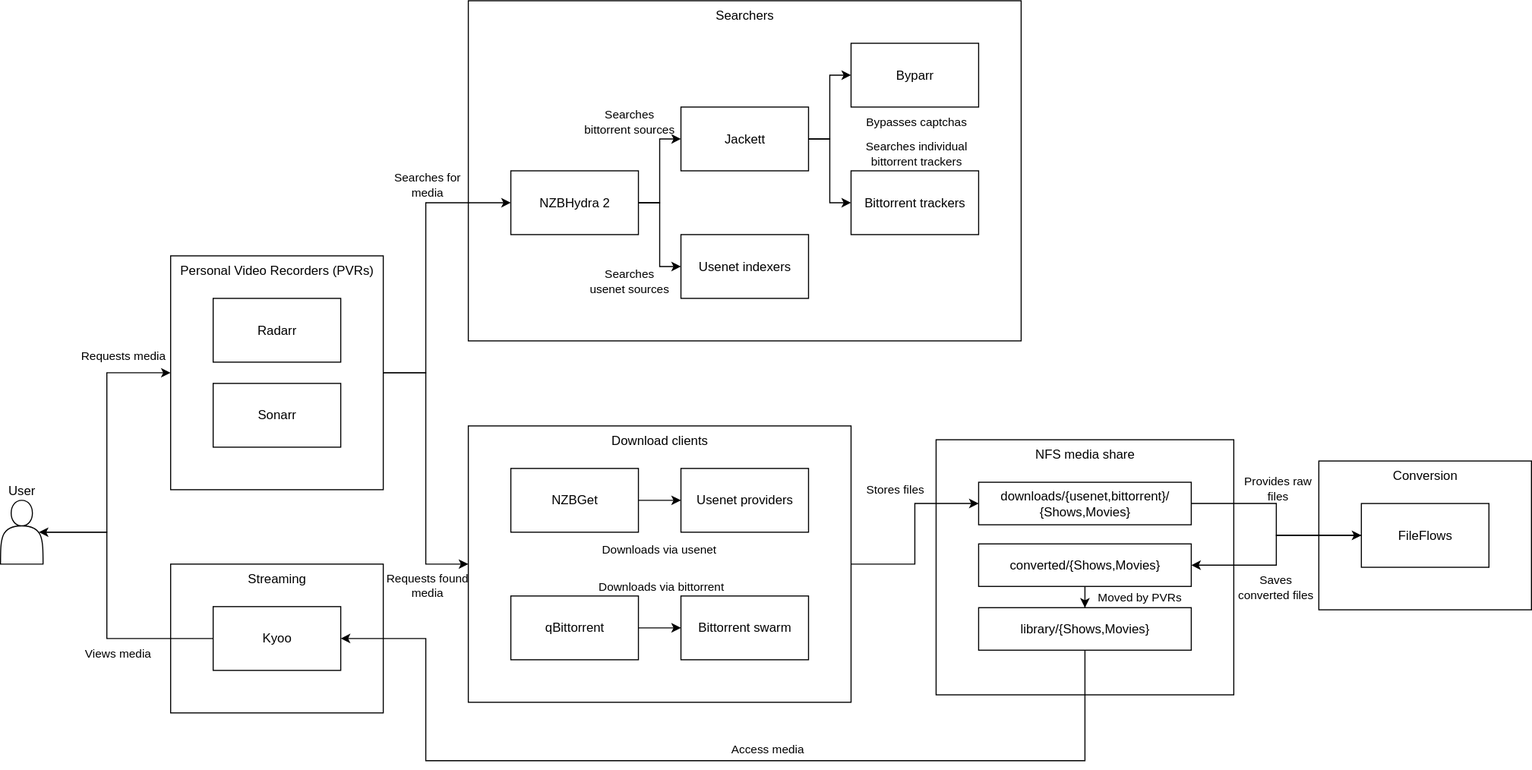
Above: cluster/gitops/media/docs/Media flow.svg in solidDoWant/infra-mk3 (draw.io), before the change. Source tidied: cells renumbered, new cells last; positions are measured from the earlier drawing's top-left corner, leaving out a move shared by most shapes. The source it was exported from:
```xml
<mxGraphModel>
  <root>
    <mxCell id="0" />
    <mxCell id="1" parent="0" />
    <mxCell id="2" style="edgeStyle=orthogonalEdgeStyle;rounded=0;jettySize=auto;html=1;entryX=0;entryY=0.5;entryDx=0;entryDy=0;labelBackgroundColor=none;" parent="1" edge="1" source="4" target="50">
      <mxGeometry relative="1" as="geometry" />
    </mxCell>
    <mxCell id="3" value="Requests media" style="edgeLabel;html=1;align=center;verticalAlign=middle;labelBackgroundColor=none;" parent="2" vertex="1">
      <mxGeometry x="0.66" y="2" relative="1" as="geometry">
        <mxPoint y="-15" as="offset" />
      </mxGeometry>
    </mxCell>
    <mxCell id="4" value="User" style="shape=actor;whiteSpace=wrap;html=1;verticalAlign=bottom;labelPosition=center;verticalLabelPosition=top;align=center;labelBackgroundColor=none;fillColor=none;" parent="1" vertex="1">
      <mxGeometry y="470" width="40" height="60" as="geometry" />
    </mxCell>
    <mxCell id="5" style="group;labelBackgroundColor=none;" parent="1" vertex="1">
      <mxGeometry x="440" width="520" height="320" as="geometry" />
    </mxCell>
    <mxCell id="6" value="Searchers" style="rounded=0;whiteSpace=wrap;html=1;verticalAlign=top;fillColor=none;labelBackgroundColor=none;" parent="5" vertex="1">
      <mxGeometry width="520" height="320" as="geometry" />
    </mxCell>
    <mxCell id="7" style="edgeStyle=orthogonalEdgeStyle;rounded=0;jettySize=auto;html=1;entryX=0;entryY=0.5;entryDx=0;entryDy=0;labelBackgroundColor=none;" parent="5" edge="1" source="11" target="16">
      <mxGeometry relative="1" as="geometry" />
    </mxCell>
    <mxCell id="8" value="Searches &lt;br&gt;bittorrent sources" style="edgeLabel;html=1;align=center;verticalAlign=middle;labelBackgroundColor=none;" parent="7" vertex="1">
      <mxGeometry x="0.03" y="-1" relative="1" as="geometry">
        <mxPoint x="-31" y="-45" as="offset" />
      </mxGeometry>
    </mxCell>
    <mxCell id="9" style="edgeStyle=orthogonalEdgeStyle;rounded=0;jettySize=auto;html=1;entryX=0;entryY=0.5;entryDx=0;entryDy=0;labelBackgroundColor=none;" parent="5" edge="1" source="11" target="17">
      <mxGeometry relative="1" as="geometry" />
    </mxCell>
    <mxCell id="10" value="Searches&lt;br&gt;usenet sources" style="edgeLabel;html=1;align=center;verticalAlign=middle;labelBackgroundColor=none;" parent="9" vertex="1">
      <mxGeometry x="0.34" y="2" relative="1" as="geometry">
        <mxPoint x="-32" y="26" as="offset" />
      </mxGeometry>
    </mxCell>
    <mxCell id="11" value="NZBHydra 2" style="rounded=0;whiteSpace=wrap;html=1;labelBackgroundColor=none;fillColor=none;" parent="5" vertex="1">
      <mxGeometry x="40" y="160" width="120" height="60" as="geometry" />
    </mxCell>
    <mxCell id="12" style="edgeStyle=orthogonalEdgeStyle;rounded=0;jettySize=auto;html=1;entryX=0;entryY=0.5;entryDx=0;entryDy=0;labelBackgroundColor=none;" parent="5" edge="1" source="16" target="19">
      <mxGeometry relative="1" as="geometry" />
    </mxCell>
    <mxCell id="13" value="Bypasses captchas" style="edgeLabel;html=1;align=center;verticalAlign=middle;labelBackgroundColor=none;" parent="12" vertex="1">
      <mxGeometry x="0.11" y="-1" relative="1" as="geometry">
        <mxPoint x="79" y="19" as="offset" />
      </mxGeometry>
    </mxCell>
    <mxCell id="14" style="edgeStyle=orthogonalEdgeStyle;rounded=0;jettySize=auto;html=1;entryX=0;entryY=0.5;entryDx=0;entryDy=0;labelBackgroundColor=none;" parent="5" edge="1" source="16" target="18">
      <mxGeometry relative="1" as="geometry" />
    </mxCell>
    <mxCell id="15" value="Searches individual&lt;br&gt;bittorrent trackers" style="edgeLabel;html=1;align=center;verticalAlign=middle;labelBackgroundColor=none;" parent="14" vertex="1">
      <mxGeometry x="-0.26" y="-2" relative="1" as="geometry">
        <mxPoint x="82" y="-4" as="offset" />
      </mxGeometry>
    </mxCell>
    <mxCell id="16" value="Jackett" style="rounded=0;whiteSpace=wrap;html=1;labelBackgroundColor=none;fillColor=none;" parent="5" vertex="1">
      <mxGeometry x="200" y="100" width="120" height="60" as="geometry" />
    </mxCell>
    <mxCell id="17" value="Usenet indexers" style="rounded=0;whiteSpace=wrap;html=1;labelBackgroundColor=none;fillColor=none;" parent="5" vertex="1">
      <mxGeometry x="200" y="220" width="120" height="60" as="geometry" />
    </mxCell>
    <mxCell id="18" value="Bittorrent trackers" style="rounded=0;whiteSpace=wrap;html=1;labelBackgroundColor=none;fillColor=none;" parent="5" vertex="1">
      <mxGeometry x="360" y="160" width="120" height="60" as="geometry" />
    </mxCell>
    <mxCell id="19" value="Byparr" style="rounded=0;whiteSpace=wrap;html=1;labelBackgroundColor=none;fillColor=none;" parent="5" vertex="1">
      <mxGeometry x="360" y="40" width="120" height="60" as="geometry" />
    </mxCell>
    <mxCell id="20" style="group;labelBackgroundColor=none;" parent="1" vertex="1">
      <mxGeometry x="440" y="400" width="360" height="260" as="geometry" />
    </mxCell>
    <mxCell id="21" value="Download clients" style="rounded=0;whiteSpace=wrap;html=1;verticalAlign=top;fillColor=none;labelBackgroundColor=none;" parent="20" vertex="1">
      <mxGeometry width="360" height="260" as="geometry" />
    </mxCell>
    <mxCell id="22" style="edgeStyle=orthogonalEdgeStyle;rounded=0;jettySize=auto;html=1;labelBackgroundColor=none;" parent="20" edge="1" source="24" target="29">
      <mxGeometry relative="1" as="geometry" />
    </mxCell>
    <mxCell id="23" value="Downloads via usenet" style="edgeLabel;html=1;align=center;verticalAlign=middle;labelBackgroundColor=none;" parent="22" vertex="1">
      <mxGeometry x="-0.1" y="-1" relative="1" as="geometry">
        <mxPoint y="44" as="offset" />
      </mxGeometry>
    </mxCell>
    <mxCell id="24" value="NZBGet" style="rounded=0;whiteSpace=wrap;html=1;labelBackgroundColor=none;fillColor=none;" parent="20" vertex="1">
      <mxGeometry x="40" y="40" width="120" height="60" as="geometry" />
    </mxCell>
    <mxCell id="25" style="edgeStyle=orthogonalEdgeStyle;rounded=0;jettySize=auto;html=1;labelBackgroundColor=none;" parent="20" edge="1" source="27" target="28">
      <mxGeometry relative="1" as="geometry" />
    </mxCell>
    <mxCell id="26" value="Downloads via bittorrent" style="edgeLabel;html=1;align=center;verticalAlign=middle;labelBackgroundColor=none;" parent="25" vertex="1">
      <mxGeometry x="-0.51" y="-1" relative="1" as="geometry">
        <mxPoint x="10" y="-41" as="offset" />
      </mxGeometry>
    </mxCell>
    <mxCell id="27" value="qBittorrent" style="rounded=0;whiteSpace=wrap;html=1;labelBackgroundColor=none;fillColor=none;" parent="20" vertex="1">
      <mxGeometry x="40" y="160" width="120" height="60" as="geometry" />
    </mxCell>
    <mxCell id="28" value="Bittorrent swarm" style="rounded=0;whiteSpace=wrap;html=1;labelBackgroundColor=none;fillColor=none;" parent="20" vertex="1">
      <mxGeometry x="200" y="160" width="120" height="60" as="geometry" />
    </mxCell>
    <mxCell id="29" value="Usenet providers" style="rounded=0;whiteSpace=wrap;html=1;labelBackgroundColor=none;fillColor=none;" parent="20" vertex="1">
      <mxGeometry x="200" y="40" width="120" height="60" as="geometry" />
    </mxCell>
    <mxCell id="30" style="group;labelBackgroundColor=none;" parent="1" vertex="1">
      <mxGeometry x="1240" y="433" width="200" height="140" as="geometry" />
    </mxCell>
    <mxCell id="31" value="Conversion" style="rounded=0;whiteSpace=wrap;html=1;verticalAlign=top;fillColor=none;labelBackgroundColor=none;" parent="30" vertex="1">
      <mxGeometry width="200" height="140" as="geometry" />
    </mxCell>
    <mxCell id="32" value="FileFlows" style="rounded=0;whiteSpace=wrap;html=1;labelBackgroundColor=none;fillColor=none;" parent="30" vertex="1">
      <mxGeometry x="40" y="40" width="120" height="60" as="geometry" />
    </mxCell>
    <mxCell id="33" style="group;labelBackgroundColor=none;" parent="1" vertex="1">
      <mxGeometry x="880" y="413" width="280" height="290" as="geometry" />
    </mxCell>
    <mxCell id="34" value="NFS media share" style="rounded=0;whiteSpace=wrap;html=1;verticalAlign=top;fillColor=none;labelBackgroundColor=none;" parent="33" vertex="1">
      <mxGeometry width="280" height="240" as="geometry" />
    </mxCell>
    <mxCell id="35" value="downloads/{usenet,bittorrent}/&lt;div&gt;{Shows,Movies}&lt;/div&gt;" style="rounded=0;whiteSpace=wrap;html=1;labelBackgroundColor=none;fillColor=none;" parent="33" vertex="1">
      <mxGeometry x="40" y="40" width="200" height="40" as="geometry" />
    </mxCell>
    <mxCell id="36" style="edgeStyle=orthogonalEdgeStyle;rounded=0;jettySize=auto;html=1;entryX=0.5;entryY=0;entryDx=0;entryDy=0;" parent="33" edge="1" source="38" target="39">
      <mxGeometry relative="1" as="geometry" />
    </mxCell>
    <mxCell id="37" value="Moved by PVRs" style="edgeLabel;html=1;align=center;verticalAlign=middle;" parent="36" vertex="1">
      <mxGeometry x="-0.03" relative="1" as="geometry">
        <mxPoint x="50" y="-2" as="offset" />
      </mxGeometry>
    </mxCell>
    <mxCell id="38" value="converted/{Shows,Movies}" style="rounded=0;whiteSpace=wrap;html=1;labelBackgroundColor=none;fillColor=none;" parent="33" vertex="1">
      <mxGeometry x="40" y="98" width="200" height="40" as="geometry" />
    </mxCell>
    <mxCell id="39" value="library/{Shows,Movies}" style="rounded=0;whiteSpace=wrap;html=1;labelBackgroundColor=none;fillColor=none;" parent="33" vertex="1">
      <mxGeometry x="40" y="158" width="200" height="40" as="geometry" />
    </mxCell>
    <mxCell id="40" style="edgeStyle=orthogonalEdgeStyle;rounded=0;jettySize=auto;html=1;entryX=0;entryY=0.5;entryDx=0;entryDy=0;labelBackgroundColor=none;exitX=1;exitY=0.5;exitDx=0;exitDy=0;" parent="1" edge="1" source="35" target="32">
      <mxGeometry relative="1" as="geometry" />
    </mxCell>
    <mxCell id="41" value="Provides raw&lt;br&gt;files" style="edgeLabel;html=1;align=center;verticalAlign=middle;labelBackgroundColor=none;" parent="40" vertex="1">
      <mxGeometry x="-0.34" y="-2" relative="1" as="geometry">
        <mxPoint x="17" y="-17" as="offset" />
      </mxGeometry>
    </mxCell>
    <mxCell id="42" style="edgeStyle=orthogonalEdgeStyle;rounded=0;jettySize=auto;html=1;entryX=1;entryY=0.5;entryDx=0;entryDy=0;labelBackgroundColor=none;" parent="1" edge="1" source="32" target="38">
      <mxGeometry relative="1" as="geometry" />
    </mxCell>
    <mxCell id="43" value="Saves&lt;br&gt;converted files" style="edgeLabel;html=1;align=center;verticalAlign=middle;labelBackgroundColor=none;" parent="42" vertex="1">
      <mxGeometry x="0.3" y="3" relative="1" as="geometry">
        <mxPoint x="13" y="17" as="offset" />
      </mxGeometry>
    </mxCell>
    <mxCell id="44" style="edgeStyle=orthogonalEdgeStyle;rounded=0;jettySize=auto;html=1;exitX=1;exitY=0.5;exitDx=0;exitDy=0;entryX=0;entryY=0.5;entryDx=0;entryDy=0;labelBackgroundColor=none;" parent="1" edge="1" source="21" target="35">
      <mxGeometry relative="1" as="geometry" />
    </mxCell>
    <mxCell id="45" value="Stores files" style="edgeLabel;html=1;align=center;verticalAlign=middle;labelBackgroundColor=none;" parent="44" vertex="1">
      <mxGeometry x="-0.2" y="-1" relative="1" as="geometry">
        <mxPoint x="-21" y="-59" as="offset" />
      </mxGeometry>
    </mxCell>
    <mxCell id="46" style="group;labelBackgroundColor=none;" parent="1" vertex="1">
      <mxGeometry x="160" y="530" width="200" height="140" as="geometry" />
    </mxCell>
    <mxCell id="47" value="Streaming" style="rounded=0;whiteSpace=wrap;html=1;verticalAlign=top;fillColor=none;labelBackgroundColor=none;" parent="46" vertex="1">
      <mxGeometry width="200" height="140" as="geometry" />
    </mxCell>
    <mxCell id="48" value="Kyoo" style="rounded=0;whiteSpace=wrap;html=1;labelBackgroundColor=none;fillColor=none;" parent="46" vertex="1">
      <mxGeometry x="40" y="40" width="120" height="60" as="geometry" />
    </mxCell>
    <mxCell id="49" style="group;labelBackgroundColor=none;" parent="1" vertex="1">
      <mxGeometry x="160" y="240" width="200" height="220" as="geometry" />
    </mxCell>
    <mxCell id="50" value="Personal Video Recorders (PVRs)" style="rounded=0;whiteSpace=wrap;html=1;verticalAlign=top;fillColor=none;labelBackgroundColor=none;" parent="49" vertex="1">
      <mxGeometry width="200" height="220" as="geometry" />
    </mxCell>
    <mxCell id="51" value="Radarr" style="rounded=0;whiteSpace=wrap;html=1;labelBackgroundColor=none;fillColor=none;" parent="49" vertex="1">
      <mxGeometry x="40" y="40" width="120" height="60" as="geometry" />
    </mxCell>
    <mxCell id="52" value="Sonarr" style="rounded=0;whiteSpace=wrap;html=1;labelBackgroundColor=none;fillColor=none;" parent="49" vertex="1">
      <mxGeometry x="40" y="120" width="120" height="60" as="geometry" />
    </mxCell>
    <mxCell id="53" style="edgeStyle=orthogonalEdgeStyle;rounded=0;jettySize=auto;html=1;entryX=0;entryY=0.5;entryDx=0;entryDy=0;labelBackgroundColor=none;" parent="1" edge="1" source="50" target="11">
      <mxGeometry relative="1" as="geometry">
        <Array as="points">
          <mxPoint x="400" y="350" />
          <mxPoint x="400" y="190" />
        </Array>
      </mxGeometry>
    </mxCell>
    <mxCell id="54" value="Searches for&lt;br&gt;media" style="edgeLabel;html=1;align=center;verticalAlign=middle;labelBackgroundColor=none;" parent="53" vertex="1">
      <mxGeometry x="0.29" y="3" relative="1" as="geometry">
        <mxPoint x="3" y="-36" as="offset" />
      </mxGeometry>
    </mxCell>
    <mxCell id="55" style="edgeStyle=orthogonalEdgeStyle;rounded=0;jettySize=auto;html=1;entryX=0;entryY=0.5;entryDx=0;entryDy=0;labelBackgroundColor=none;" parent="1" edge="1" source="50" target="21">
      <mxGeometry relative="1" as="geometry" />
    </mxCell>
    <mxCell id="56" value="Requests found&lt;br&gt;media" style="edgeLabel;html=1;align=center;verticalAlign=middle;labelBackgroundColor=none;" parent="55" vertex="1">
      <mxGeometry x="-0.34" y="-1" relative="1" as="geometry">
        <mxPoint x="1" y="154" as="offset" />
      </mxGeometry>
    </mxCell>
    <mxCell id="57" style="edgeStyle=orthogonalEdgeStyle;rounded=0;jettySize=auto;html=1;exitX=0;exitY=0.5;exitDx=0;exitDy=0;entryX=0.9;entryY=0.5;entryDx=0;entryDy=0;entryPerimeter=0;labelBackgroundColor=none;" parent="1" edge="1" source="48" target="4">
      <mxGeometry relative="1" as="geometry">
        <Array as="points">
          <mxPoint x="100" y="600" />
          <mxPoint x="100" y="500" />
        </Array>
      </mxGeometry>
    </mxCell>
    <mxCell id="58" value="Views media" style="edgeLabel;html=1;align=center;verticalAlign=middle;labelBackgroundColor=none;" parent="57" vertex="1">
      <mxGeometry x="-0.45" y="-2" relative="1" as="geometry">
        <mxPoint x="-18" y="15" as="offset" />
      </mxGeometry>
    </mxCell>
    <mxCell id="59" style="edgeStyle=orthogonalEdgeStyle;rounded=0;jettySize=auto;html=1;exitX=0.5;exitY=1;exitDx=0;exitDy=0;entryX=1;entryY=0.5;entryDx=0;entryDy=0;labelBackgroundColor=none;" parent="1" edge="1" source="39" target="48">
      <mxGeometry relative="1" as="geometry">
        <Array as="points">
          <mxPoint x="1020" y="715" />
          <mxPoint x="400" y="715" />
          <mxPoint x="400" y="600" />
        </Array>
      </mxGeometry>
    </mxCell>
    <mxCell id="60" value="Access media" style="edgeLabel;html=1;align=center;verticalAlign=middle;labelBackgroundColor=none;" parent="59" vertex="1">
      <mxGeometry x="-0.07" relative="1" as="geometry">
        <mxPoint x="23" y="-12" as="offset" />
      </mxGeometry>
    </mxCell>
  </root>
</mxGraphModel>
```
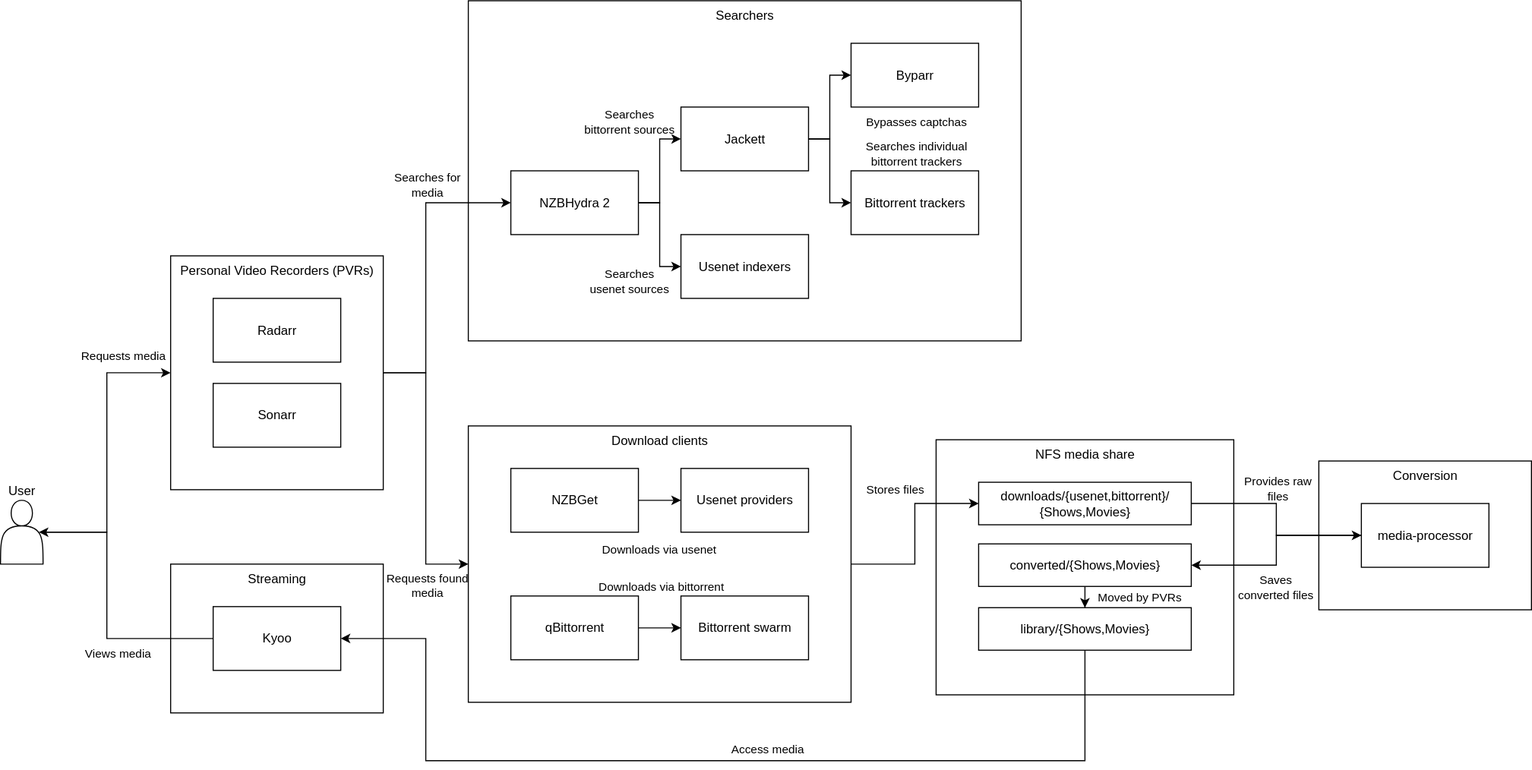
Later version of the same file.

What changed in the source:
```diff
@@ -106,7 +106,7 @@
     <mxCell id="31" value="Conversion" style="rounded=0;whiteSpace=wrap;html=1;verticalAlign=top;fillColor=none;labelBackgroundColor=none;" parent="30" vertex="1">
       <mxGeometry width="200" height="140" as="geometry" />
     </mxCell>
-    <mxCell id="32" value="FileFlows" style="rounded=0;whiteSpace=wrap;html=1;labelBackgroundColor=none;fillColor=none;" parent="30" vertex="1">
+    <mxCell id="32" value="media-processor" style="rounded=0;whiteSpace=wrap;html=1;labelBackgroundColor=none;fillColor=none;" parent="30" vertex="1">
       <mxGeometry x="40" y="40" width="120" height="60" as="geometry" />
     </mxCell>
     <mxCell id="33" style="group;labelBackgroundColor=none;" parent="1" vertex="1">
```
